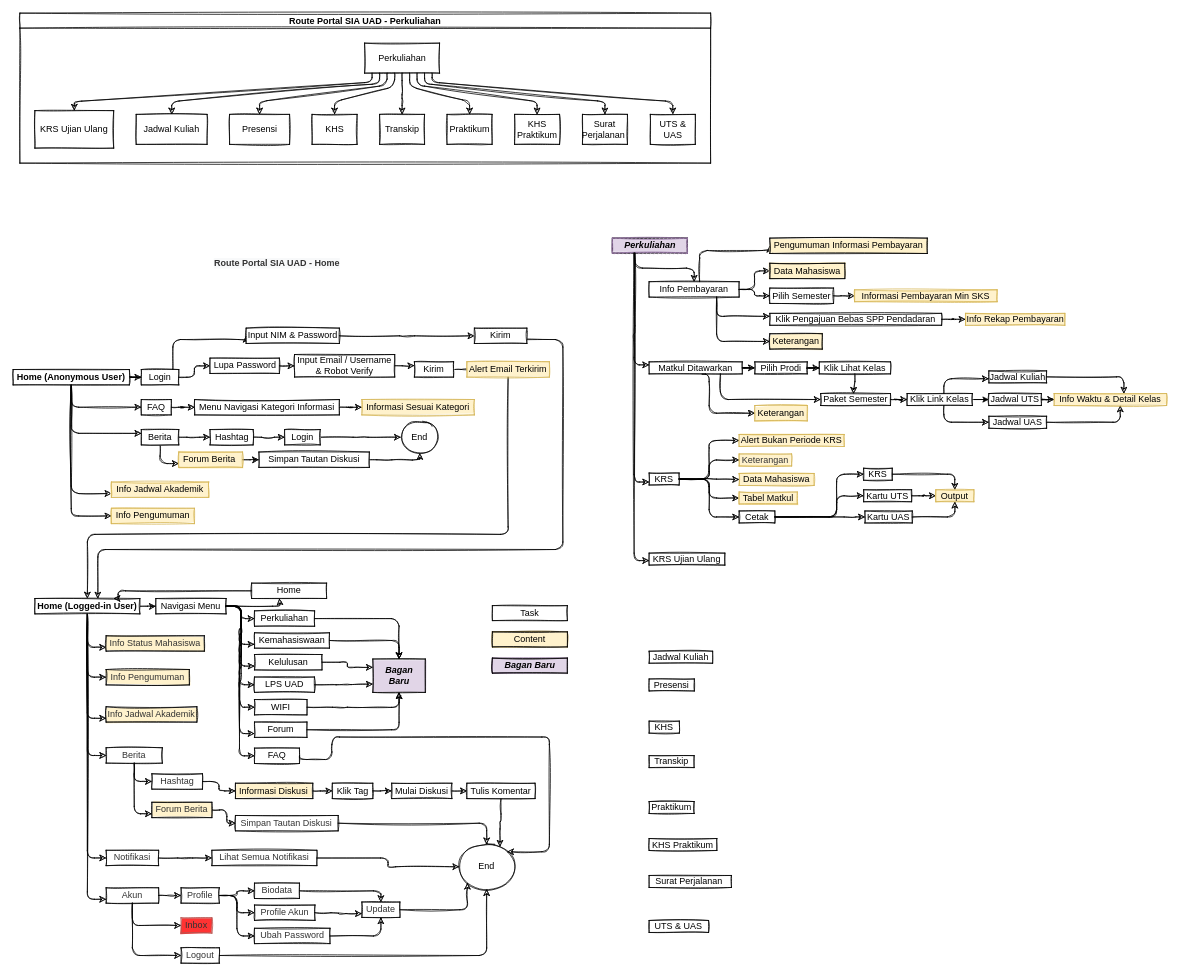
The draw.io diagram Web Sitemap Portal SIA.drawio in widiyasasih/portalsiauad, before the edit. Source tidied: cells renumbered, new cells numbered last; positions are measured from the earlier drawing's top-left corner, leaving out a move shared by most shapes. Both pictures are drawn from the tidied source at 75%, with x=0, y=0 at pixel (13, 13).
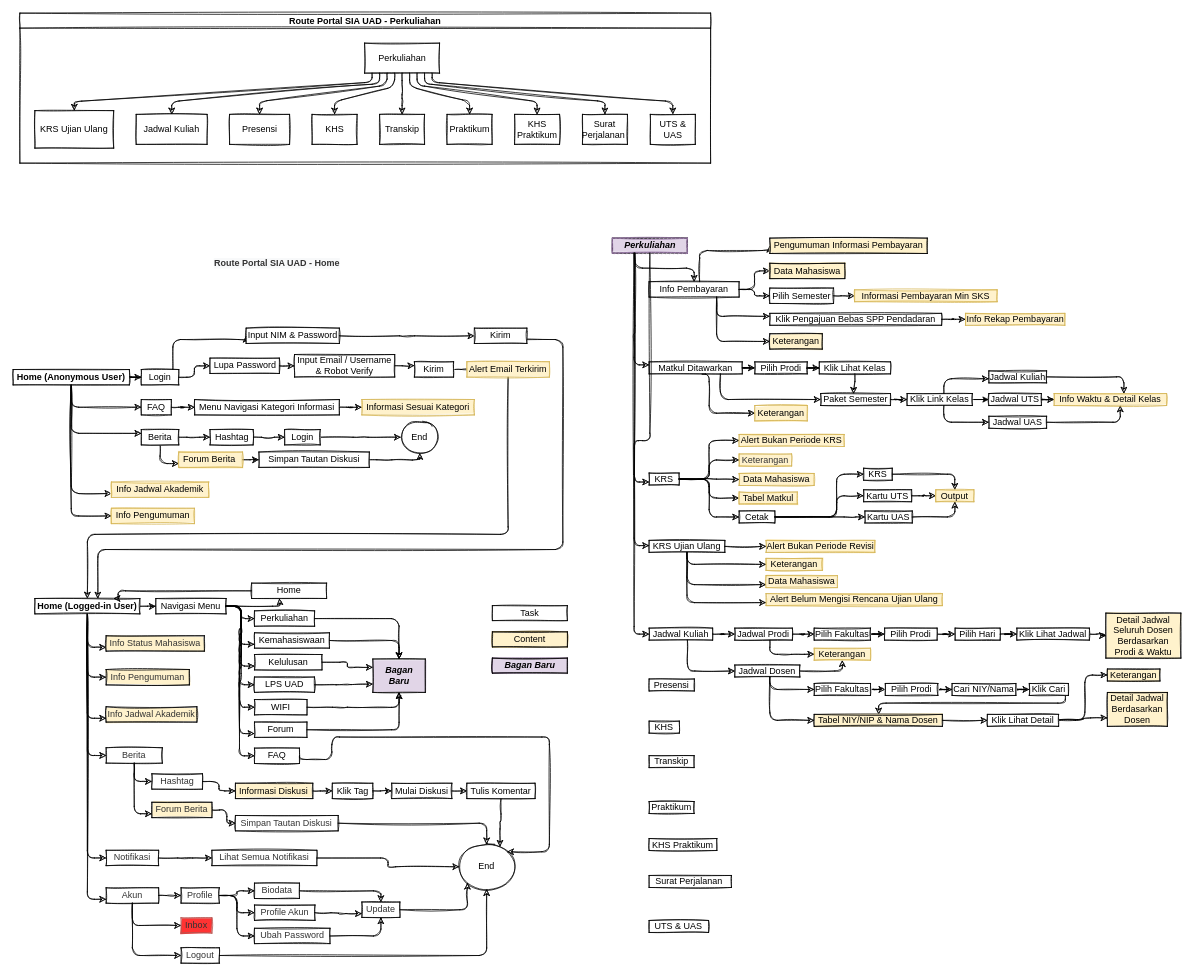
Above is the later version.

Commit message (it also covers changes not shown here):
Update Web Sitemap - Perkuliahan

The change refers to these unchanged cells:
```xml
<mxCell id="210" value="&lt;i&gt;&lt;b&gt;Perkuliahan&lt;/b&gt;&lt;/i&gt;" style="text;html=1;strokeColor=none;fillColor=none;align=center;verticalAlign=middle;whiteSpace=wrap;jiggle=1;sketch=1;" parent="208" vertex="1">
  <mxGeometry x="12.5" width="75" height="20" as="geometry" />
</mxCell>
```

Change to the diagram source:
```diff
@@
+    <mxCell id="224" style="edgeStyle=orthogonalEdgeStyle;rounded=1;jettySize=auto;html=1;sketch=1;" parent="1" edge="1" source="214" target="230">
+      <mxGeometry relative="1" as="geometry" />
+    </mxCell>
+    <mxCell id="225" style="edgeStyle=orthogonalEdgeStyle;jettySize=auto;html=1;entryX=0;entryY=0.5;entryDx=0;entryDy=0;rounded=1;exitX=0.5;exitY=1;exitDx=0;exitDy=0;sketch=1;" parent="1" edge="1" source="214" target="231">
+      <mxGeometry relative="1" as="geometry">
+        <Array as="points">
+          <mxPoint x="898" y="735" />
+        </Array>
+      </mxGeometry>
+    </mxCell>
+    <mxCell id="226" style="edgeStyle=orthogonalEdgeStyle;rounded=1;jettySize=auto;html=1;entryX=0;entryY=0.75;entryDx=0;entryDy=0;exitX=0.5;exitY=1;exitDx=0;exitDy=0;sketch=1;" parent="1" edge="1" source="214" target="232">
+      <mxGeometry relative="1" as="geometry" />
+    </mxCell>
+    <mxCell id="227" style="edgeStyle=orthogonalEdgeStyle;rounded=1;jettySize=auto;html=1;entryX=0;entryY=0.75;entryDx=0;entryDy=0;exitX=0.5;exitY=1;exitDx=0;exitDy=0;sketch=1;" parent="1" edge="1" source="214" target="233">
+      <mxGeometry relative="1" as="geometry" />
+    </mxCell>
     <mxCell id="214" value="KRS Ujian Ulang" style="whiteSpace=wrap;html=1;shadow=0;glass=0;jiggle=1;disableMultiStroke=0;disableMultiStrokeFill=0;fillStyle=auto;fillColor=none;sketch=1;" parent="1" vertex="1">
-      <mxGeometry x="848" y="720" width="101" height="16" as="geometry" />
+      <mxGeometry x="848" y="703" width="101" height="16" as="geometry" />
     </mxCell>
     <mxCell id="215" style="edgeStyle=orthogonalEdgeStyle;rounded=1;sketch=1;jettySize=auto;html=1;fontFamily=Helvetica;fontSize=12;fontColor=default;" parent="1" edge="1" source="210" target="214">
       <mxGeometry relative="1" as="geometry">
         <Array as="points">
-          <mxPoint x="828" y="730" />
+          <mxPoint x="828" y="710" />
         </Array>
       </mxGeometry>
     </mxCell>
+    <mxCell id="228" style="edgeStyle=orthogonalEdgeStyle;rounded=1;sketch=1;jettySize=auto;html=1;entryX=0;entryY=0.5;entryDx=0;entryDy=0;" parent="1" edge="1" source="216" target="237">
+      <mxGeometry relative="1" as="geometry" />
+    </mxCell>
+    <mxCell id="229" style="edgeStyle=orthogonalEdgeStyle;rounded=1;sketch=1;jettySize=auto;html=1;entryX=0;entryY=0.5;entryDx=0;entryDy=0;" parent="1" edge="1" source="216" target="241">
+      <mxGeometry relative="1" as="geometry">
+        <Array as="points">
+          <mxPoint x="899" y="877" />
+        </Array>
+      </mxGeometry>
+    </mxCell>
     <mxCell id="216" value="Jadwal Kuliah" style="whiteSpace=wrap;html=1;shadow=0;glass=0;jiggle=1;disableMultiStroke=0;disableMultiStrokeFill=0;fillStyle=auto;fillColor=none;sketch=1;" parent="1" vertex="1">
-      <mxGeometry x="848" y="850.8" width="84.7" height="16" as="geometry" />
+      <mxGeometry x="848" y="820" width="84.7" height="16" as="geometry" />
     </mxCell>
@@
+    <mxCell id="230" value="Alert Bukan Periode Revisi" style="whiteSpace=wrap;html=1;shadow=0;glass=0;jiggle=1;disableMultiStroke=0;disableMultiStrokeFill=0;fillStyle=solid;sketch=1;fillColor=#fff2cc;strokeColor=#d6b656;" parent="1" vertex="1">
+      <mxGeometry x="1003.9" y="703" width="145.1" height="16" as="geometry" />
+    </mxCell>
+    <mxCell id="231" value="Keterangan" style="whiteSpace=wrap;html=1;shadow=0;glass=0;jiggle=1;disableMultiStroke=0;disableMultiStrokeFill=0;fillStyle=solid;sketch=1;fillColor=#fff2cc;strokeColor=#d6b656;" parent="1" vertex="1">
+      <mxGeometry x="1003.9" y="727" width="75.1" height="16" as="geometry" />
+    </mxCell>
+    <mxCell id="232" value="Data Mahasiswa" style="whiteSpace=wrap;html=1;shadow=0;glass=0;jiggle=1;disableMultiStroke=0;disableMultiStrokeFill=0;fillStyle=solid;sketch=1;fillColor=#fff2cc;strokeColor=#d6b656;" parent="1" vertex="1">
+      <mxGeometry x="1003.9" y="750" width="95.1" height="16" as="geometry" />
+    </mxCell>
+    <mxCell id="233" value="&lt;span style=&quot;text-align: left;&quot;&gt;Alert Belum Mengisi Rencana Ujian Ulang&lt;/span&gt;" style="whiteSpace=wrap;html=1;shadow=0;glass=0;jiggle=1;disableMultiStroke=0;disableMultiStrokeFill=0;fillStyle=solid;sketch=1;fillColor=#fff2cc;strokeColor=#d6b656;" parent="1" vertex="1">
+      <mxGeometry x="1003.9" y="774" width="235.1" height="16" as="geometry" />
+    </mxCell>
+    <mxCell id="234" style="edgeStyle=orthogonalEdgeStyle;rounded=1;sketch=1;jettySize=auto;html=1;entryX=0;entryY=0.5;entryDx=0;entryDy=0;" parent="1" edge="1" source="210" target="216">
+      <mxGeometry relative="1" as="geometry" />
+    </mxCell>
+    <mxCell id="235" style="edgeStyle=orthogonalEdgeStyle;rounded=1;sketch=1;jettySize=auto;html=1;entryX=0;entryY=0.5;entryDx=0;entryDy=0;" parent="1" edge="1" source="237" target="244">
+      <mxGeometry relative="1" as="geometry" />
+    </mxCell>
+    <mxCell id="236" style="edgeStyle=orthogonalEdgeStyle;rounded=1;sketch=1;jettySize=auto;html=1;entryX=0;entryY=0.5;entryDx=0;entryDy=0;" parent="1" edge="1" source="237" target="242">
+      <mxGeometry relative="1" as="geometry">
+        <Array as="points">
+          <mxPoint x="1009" y="855" />
+          <mxPoint x="1048" y="855" />
+        </Array>
+      </mxGeometry>
+    </mxCell>
+    <mxCell id="237" value="Jadwal Prodi" style="whiteSpace=wrap;html=1;shadow=0;glass=0;jiggle=1;disableMultiStroke=0;disableMultiStrokeFill=0;fillStyle=auto;fillColor=none;sketch=1;" parent="1" vertex="1">
+      <mxGeometry x="962.2" y="820" width="76.8" height="16" as="geometry" />
+    </mxCell>
+    <mxCell id="238" style="edgeStyle=orthogonalEdgeStyle;rounded=1;sketch=1;jettySize=auto;html=1;entryX=0.5;entryY=1;entryDx=0;entryDy=0;" parent="1" edge="1" source="241" target="242">
+      <mxGeometry relative="1" as="geometry">
+        <Array as="points">
+          <mxPoint x="1106" y="877" />
+          <mxPoint x="1106" y="863" />
+        </Array>
+      </mxGeometry>
+    </mxCell>
+    <mxCell id="239" style="edgeStyle=orthogonalEdgeStyle;rounded=1;sketch=1;jettySize=auto;html=1;entryX=0;entryY=0.5;entryDx=0;entryDy=0;" parent="1" edge="1" source="241" target="253">
+      <mxGeometry relative="1" as="geometry">
+        <Array as="points">
+          <mxPoint x="1009" y="902" />
+        </Array>
+      </mxGeometry>
+    </mxCell>
+    <mxCell id="240" style="edgeStyle=orthogonalEdgeStyle;rounded=1;sketch=1;jettySize=auto;html=1;entryX=0;entryY=0.5;entryDx=0;entryDy=0;" parent="1" edge="1" source="241" target="261">
+      <mxGeometry relative="1" as="geometry">
+        <Array as="points">
+          <mxPoint x="1009" y="943" />
+        </Array>
+      </mxGeometry>
+    </mxCell>
+    <mxCell id="241" value="Jadwal Dosen" style="whiteSpace=wrap;html=1;shadow=0;glass=0;jiggle=1;disableMultiStroke=0;disableMultiStrokeFill=0;fillStyle=auto;fillColor=none;sketch=1;" parent="1" vertex="1">
+      <mxGeometry x="962.2" y="869.2" width="86.8" height="16" as="geometry" />
+    </mxCell>
+    <mxCell id="242" value="Keterangan" style="whiteSpace=wrap;html=1;shadow=0;glass=0;jiggle=1;disableMultiStroke=0;disableMultiStrokeFill=0;fillStyle=solid;sketch=1;fillColor=#fff2cc;strokeColor=#d6b656;" parent="1" vertex="1">
+      <mxGeometry x="1068.1" y="846.8" width="75.1" height="16" as="geometry" />
+    </mxCell>
+    <mxCell id="243" style="edgeStyle=orthogonalEdgeStyle;rounded=1;sketch=1;jettySize=auto;html=1;" parent="1" edge="1" source="244" target="246">
+      <mxGeometry relative="1" as="geometry" />
+    </mxCell>
+    <mxCell id="244" value="Pilih Fakultas" style="whiteSpace=wrap;html=1;shadow=0;glass=0;jiggle=1;disableMultiStroke=0;disableMultiStrokeFill=0;fillStyle=solid;sketch=1;" parent="1" vertex="1">
+      <mxGeometry x="1068.1" y="820" width="75.1" height="16" as="geometry" />
+    </mxCell>
+    <mxCell id="245" style="edgeStyle=orthogonalEdgeStyle;rounded=1;sketch=1;jettySize=auto;html=1;entryX=0;entryY=0.5;entryDx=0;entryDy=0;" parent="1" edge="1" source="246" target="248">
+      <mxGeometry relative="1" as="geometry" />
+    </mxCell>
+    <mxCell id="246" value="Pilih Prodi" style="whiteSpace=wrap;html=1;shadow=0;glass=0;jiggle=1;disableMultiStroke=0;disableMultiStrokeFill=0;fillStyle=solid;sketch=1;" parent="1" vertex="1">
+      <mxGeometry x="1161.9" y="820" width="70.1" height="16" as="geometry" />
+    </mxCell>
+    <mxCell id="247" style="edgeStyle=orthogonalEdgeStyle;rounded=1;sketch=1;jettySize=auto;html=1;" parent="1" edge="1" source="248" target="250">
+      <mxGeometry relative="1" as="geometry" />
+    </mxCell>
+    <mxCell id="248" value="Pilih Hari" style="whiteSpace=wrap;html=1;shadow=0;glass=0;jiggle=1;disableMultiStroke=0;disableMultiStrokeFill=0;fillStyle=solid;sketch=1;" parent="1" vertex="1">
+      <mxGeometry x="1256" y="820" width="60" height="16" as="geometry" />
+    </mxCell>
+    <mxCell id="249" style="edgeStyle=orthogonalEdgeStyle;rounded=1;sketch=1;jettySize=auto;html=1;entryX=0;entryY=0.5;entryDx=0;entryDy=0;" parent="1" edge="1" source="250" target="251">
+      <mxGeometry relative="1" as="geometry" />
+    </mxCell>
+    <mxCell id="250" value="Klik Lihat Jadwal" style="whiteSpace=wrap;html=1;shadow=0;glass=0;jiggle=1;disableMultiStroke=0;disableMultiStrokeFill=0;fillStyle=solid;sketch=1;" parent="1" vertex="1">
+      <mxGeometry x="1338.3" y="820" width="96.7" height="16" as="geometry" />
+    </mxCell>
+    <mxCell id="251" value="&lt;span style=&quot;text-align: left;&quot;&gt;Detail Jadwal Seluruh Dosen Berdasarkan Prodi &amp;amp; Waktu&lt;/span&gt;" style="whiteSpace=wrap;html=1;shadow=0;glass=0;jiggle=1;disableMultiStroke=0;disableMultiStrokeFill=0;fillStyle=solid;sketch=1;fillColor=#fff2cc;strokeColor=#000000;" parent="1" vertex="1">
+      <mxGeometry x="1457" y="800" width="100" height="60" as="geometry" />
+    </mxCell>
+    <mxCell id="252" style="edgeStyle=orthogonalEdgeStyle;rounded=1;sketch=1;jettySize=auto;html=1;" parent="1" edge="1" source="253" target="255">
+      <mxGeometry relative="1" as="geometry" />
+    </mxCell>
+    <mxCell id="253" value="Pilih Fakultas" style="whiteSpace=wrap;html=1;shadow=0;glass=0;jiggle=1;disableMultiStroke=0;disableMultiStrokeFill=0;fillStyle=solid;sketch=1;" parent="1" vertex="1">
+      <mxGeometry x="1068.1" y="893.8" width="75.1" height="16" as="geometry" />
+    </mxCell>
+    <mxCell id="254" style="edgeStyle=orthogonalEdgeStyle;rounded=1;sketch=1;jettySize=auto;html=1;entryX=0;entryY=0.5;entryDx=0;entryDy=0;" parent="1" edge="1" source="255" target="257">
+      <mxGeometry relative="1" as="geometry" />
+    </mxCell>
+    <mxCell id="255" value="Pilih Prodi" style="whiteSpace=wrap;html=1;shadow=0;glass=0;jiggle=1;disableMultiStroke=0;disableMultiStrokeFill=0;fillStyle=solid;sketch=1;" parent="1" vertex="1">
+      <mxGeometry x="1162.9" y="893.8" width="70.1" height="16" as="geometry" />
+    </mxCell>
+    <mxCell id="256" style="edgeStyle=orthogonalEdgeStyle;rounded=1;sketch=1;jettySize=auto;html=1;entryX=0;entryY=0.5;entryDx=0;entryDy=0;" parent="1" edge="1" source="257" target="259">
+      <mxGeometry relative="1" as="geometry" />
+    </mxCell>
+    <mxCell id="257" value="Cari NIY/Nama" style="whiteSpace=wrap;html=1;shadow=0;glass=0;jiggle=1;disableMultiStroke=0;disableMultiStrokeFill=0;fillStyle=solid;sketch=1;" parent="1" vertex="1">
+      <mxGeometry x="1252" y="893.8" width="85" height="16" as="geometry" />
+    </mxCell>
+    <mxCell id="258" style="edgeStyle=orthogonalEdgeStyle;rounded=1;sketch=1;jettySize=auto;html=1;" parent="1" edge="1" source="259" target="261">
+      <mxGeometry relative="1" as="geometry">
+        <Array as="points">
+          <mxPoint x="1403" y="920" />
+          <mxPoint x="1154" y="920" />
+        </Array>
+      </mxGeometry>
+    </mxCell>
+    <mxCell id="259" value="Klik Cari" style="whiteSpace=wrap;html=1;shadow=0;glass=0;jiggle=1;disableMultiStroke=0;disableMultiStrokeFill=0;fillStyle=solid;sketch=1;" parent="1" vertex="1">
+      <mxGeometry x="1354.9" y="893.8" width="52.1" height="16" as="geometry" />
+    </mxCell>
+    <mxCell id="260" style="edgeStyle=orthogonalEdgeStyle;rounded=1;sketch=1;jettySize=auto;html=1;entryX=0;entryY=0.5;entryDx=0;entryDy=0;" parent="1" edge="1" source="261" target="264">
+      <mxGeometry relative="1" as="geometry" />
+    </mxCell>
+    <mxCell id="261" value="Tabel NIY/NIP &amp;amp; Nama Dosen" style="whiteSpace=wrap;html=1;shadow=0;glass=0;jiggle=1;disableMultiStroke=0;disableMultiStrokeFill=0;fillStyle=solid;sketch=1;fillColor=#fff2cc;strokeColor=#000000;" parent="1" vertex="1">
+      <mxGeometry x="1068.1" y="935" width="170.9" height="16" as="geometry" />
+    </mxCell>
+    <mxCell id="262" style="edgeStyle=orthogonalEdgeStyle;rounded=1;sketch=1;jettySize=auto;html=1;entryX=0;entryY=0.5;entryDx=0;entryDy=0;" parent="1" edge="1" source="264" target="265">
+      <mxGeometry relative="1" as="geometry">
+        <Array as="points">
+          <mxPoint x="1429" y="942" />
+          <mxPoint x="1429" y="883" />
+          <mxPoint x="1459" y="883" />
+        </Array>
+      </mxGeometry>
+    </mxCell>
+    <mxCell id="263" style="edgeStyle=orthogonalEdgeStyle;rounded=1;sketch=1;jettySize=auto;html=1;entryX=0;entryY=0.75;entryDx=0;entryDy=0;" parent="1" edge="1" source="264" target="266">
+      <mxGeometry relative="1" as="geometry" />
+    </mxCell>
+    <mxCell id="264" value="Klik Lihat Detail" style="whiteSpace=wrap;html=1;shadow=0;glass=0;jiggle=1;disableMultiStroke=0;disableMultiStrokeFill=0;fillStyle=solid;sketch=1;" parent="1" vertex="1">
+      <mxGeometry x="1299" y="935" width="95" height="16" as="geometry" />
+    </mxCell>
+    <mxCell id="265" value="Keterangan" style="whiteSpace=wrap;html=1;shadow=0;glass=0;jiggle=1;disableMultiStroke=0;disableMultiStrokeFill=0;fillStyle=solid;sketch=1;fillColor=#fff2cc;strokeColor=#000000;" parent="1" vertex="1">
+      <mxGeometry x="1459" y="874.5" width="70.1" height="16" as="geometry" />
+    </mxCell>
+    <mxCell id="266" value="&lt;span style=&quot;text-align: left;&quot;&gt;Detail Jadwal Berdasarkan Dosen&lt;/span&gt;" style="whiteSpace=wrap;html=1;shadow=0;glass=0;jiggle=1;disableMultiStroke=0;disableMultiStrokeFill=0;fillStyle=solid;sketch=1;fillColor=#fff2cc;strokeColor=#000000;" parent="1" vertex="1">
+      <mxGeometry x="1459" y="905.8" width="80" height="45.2" as="geometry" />
+    </mxCell>
```
